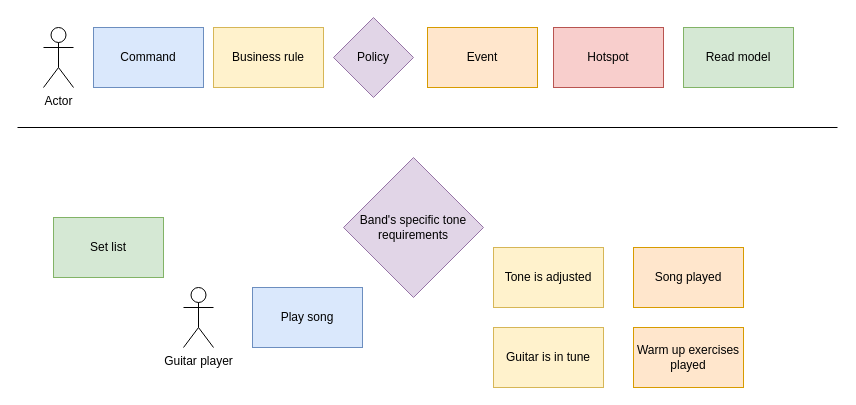
This is guitar_dles.drawio from breader124/ddd-building-blocks, a draw.io file, before an edit. Source tidied: cells renumbered, new cells numbered last; positions are measured from the earlier drawing's top-left corner, leaving out a move shared by most shapes. Both pictures are drawn from the tidied source at 100%, with x=0, y=0 at pixel (17, 17).
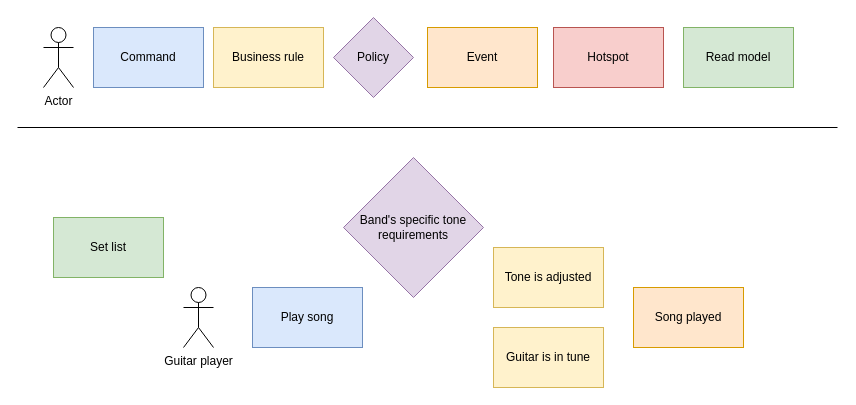
The same diagram, later.

The edit, as a diff of the source:
```diff
@@
 <mxGraphModel>
   <root>
     <mxCell id="0" />
     <mxCell id="1" parent="0" />
     <mxCell id="2" value="Command" style="rounded=0;whiteSpace=wrap;html=1;fillColor=#dae8fc;strokeColor=#6c8ebf;flipH=0;" parent="1" vertex="1">
       <mxGeometry x="76" y="10" width="110" height="60" as="geometry" />
     </mxCell>
     <mxCell id="3" value="Event" style="rounded=0;whiteSpace=wrap;html=1;fillColor=#ffe6cc;strokeColor=#d79b00;flipH=0;" parent="1" vertex="1">
       <mxGeometry x="410" y="10" width="110" height="60" as="geometry" />
     </mxCell>
     <mxCell id="4" value="Policy" style="rhombus;whiteSpace=wrap;html=1;fillColor=#e1d5e7;strokeColor=#9673a6;flipH=0;" parent="1" vertex="1">
       <mxGeometry x="316" width="80" height="80" as="geometry" />
     </mxCell>
     <mxCell id="5" value="Actor" style="shape=umlActor;verticalLabelPosition=bottom;verticalAlign=top;html=1;flipH=0;" parent="1" vertex="1">
       <mxGeometry x="26" y="10" width="30" height="60" as="geometry" />
     </mxCell>
     <mxCell id="6" value="Hotspot" style="rounded=0;whiteSpace=wrap;html=1;fillColor=#f8cecc;strokeColor=#b85450;flipH=0;" parent="1" vertex="1">
       <mxGeometry x="536" y="10" width="110" height="60" as="geometry" />
     </mxCell>
     <mxCell id="7" value="Business rule" style="rounded=0;whiteSpace=wrap;html=1;fillColor=#fff2cc;strokeColor=#d6b656;flipH=0;" parent="1" vertex="1">
       <mxGeometry x="196" y="10" width="110" height="60" as="geometry" />
     </mxCell>
     <mxCell id="8" style="endArrow=none;html=1;" parent="1" edge="1">
       <mxGeometry relative="1" as="geometry">
         <mxPoint y="110" as="sourcePoint" />
         <mxPoint x="820" y="110" as="targetPoint" />
       </mxGeometry>
     </mxCell>
     <mxCell id="9" value="Tone is adjusted" style="rounded=0;whiteSpace=wrap;html=1;fillColor=#fff2cc;strokeColor=#d6b656;flipH=0;" parent="1" vertex="1">
       <mxGeometry x="476" y="230" width="110" height="60" as="geometry" />
     </mxCell>
     <mxCell id="10" value="Guitar is in tune" style="rounded=0;whiteSpace=wrap;html=1;fillColor=#fff2cc;strokeColor=#d6b656;flipH=0;" parent="1" vertex="1">
       <mxGeometry x="476" y="310" width="110" height="60" as="geometry" />
     </mxCell>
     <mxCell id="11" value="Play song" style="rounded=0;whiteSpace=wrap;html=1;fillColor=#dae8fc;strokeColor=#6c8ebf;flipH=0;" parent="1" vertex="1">
       <mxGeometry x="235" y="270" width="110" height="60" as="geometry" />
     </mxCell>
     <mxCell id="12" value="Song played" style="rounded=0;whiteSpace=wrap;html=1;fillColor=#ffe6cc;strokeColor=#d79b00;flipH=0;" parent="1" vertex="1">
-      <mxGeometry x="616" y="230" width="110" height="60" as="geometry" />
+      <mxGeometry x="616" y="270" width="110" height="60" as="geometry" />
     </mxCell>
-    <mxCell id="13" value="Warm up exercises played" style="rounded=0;whiteSpace=wrap;html=1;fillColor=#ffe6cc;strokeColor=#d79b00;flipH=0;" parent="1" vertex="1">
-      <mxGeometry x="616" y="310" width="110" height="60" as="geometry" />
-    </mxCell>
     <mxCell id="14" value="Band's specific tone requirements" style="rhombus;whiteSpace=wrap;html=1;fillColor=#e1d5e7;strokeColor=#9673a6;flipH=0;" parent="1" vertex="1">
       <mxGeometry x="326" y="140" width="140" height="140" as="geometry" />
     </mxCell>
     <mxCell id="15" value="Guitar player" style="shape=umlActor;verticalLabelPosition=bottom;verticalAlign=top;html=1;flipH=0;" parent="1" vertex="1">
       <mxGeometry x="166" y="270" width="30" height="60" as="geometry" />
     </mxCell>
     <mxCell id="16" value="Read model" style="rounded=0;whiteSpace=wrap;html=1;fillColor=#d5e8d4;strokeColor=#82b366;flipH=0;" parent="1" vertex="1">
       <mxGeometry x="666" y="10" width="110" height="60" as="geometry" />
     </mxCell>
     <mxCell id="17" value="Set list" style="rounded=0;whiteSpace=wrap;html=1;fillColor=#d5e8d4;strokeColor=#82b366;flipH=0;" parent="1" vertex="1">
       <mxGeometry x="36" y="200" width="110" height="60" as="geometry" />
     </mxCell>
   </root>
 </mxGraphModel>
```
